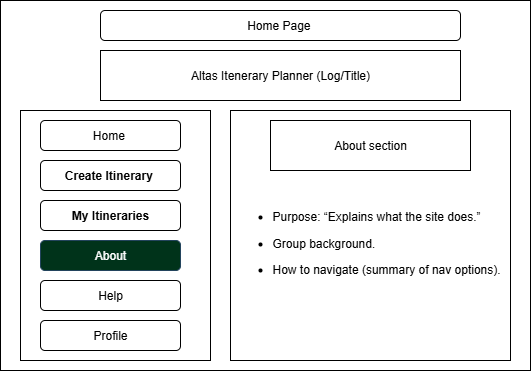
Before: Documents/Project Design/Draw.io Data/Home Page UI.png, a diagram exported from draw.io (DustinWZook/Atlas-Itinerary). Source tidied: cells renumbered, new cells last; positions are measured from the earlier drawing's top-left corner, leaving out a move shared by most shapes.
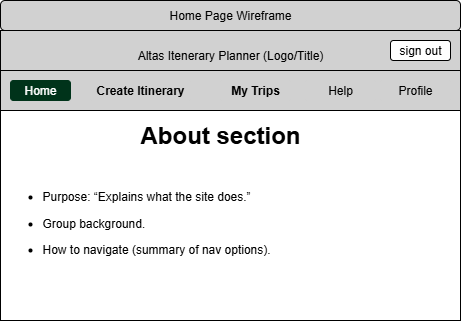
The same diagram one commit later.

The edit, as a diff of the source:
```diff
@@ -2,41 +2,38 @@
   <root>
     <mxCell id="0" />
     <mxCell id="1" parent="0" />
-    <mxCell id="2" style="rounded=0;whiteSpace=wrap;html=1;align=left;" parent="1" vertex="1">
-      <mxGeometry width="530" height="370" as="geometry" />
-    </mxCell>
-    <mxCell id="3" style="rounded=0;whiteSpace=wrap;html=1;" parent="1" vertex="1">
-      <mxGeometry x="20" y="110" width="190" height="250" as="geometry" />
-    </mxCell>
-    <mxCell id="4" value="&lt;b&gt;My Itineraries&lt;/b&gt;" style="rounded=1;whiteSpace=wrap;html=1;" parent="1" vertex="1">
-      <mxGeometry x="40" y="200" width="140" height="30" as="geometry" />
-    </mxCell>
-    <mxCell id="5" value="About" style="rounded=1;whiteSpace=wrap;html=1;fillColor=#00331A;strokeColor=#23445d;fontColor=#FFFFFF;" parent="1" vertex="1">
-      <mxGeometry x="40" y="240" width="140" height="30" as="geometry" />
-    </mxCell>
+    <mxCell id="8" value="&lt;span style=&quot;&quot;&gt;Home Page Wireframe&lt;/span&gt;" style="rounded=1;whiteSpace=wrap;html=1;labelBackgroundColor=none;fillColor=#D1D1D1;" parent="1" vertex="1">
+      <mxGeometry x="30" y="10" width="460" height="30" as="geometry" />
+    </mxCell>
+    <mxCell id="9" value="Altas Itenerary Planner (Logo/Title)" style="rounded=0;whiteSpace=wrap;html=1;fillColor=#D1D1D1;" parent="1" vertex="1">
+      <mxGeometry x="30" y="40" width="460" height="50" as="geometry" />
+    </mxCell>
+    <mxCell id="12" value="&lt;div&gt;&lt;div&gt;&lt;br&gt;&lt;/div&gt;&lt;ul&gt;&lt;li&gt;Purpose: “Explains what the site does.”&lt;/li&gt;&lt;/ul&gt;&lt;ul&gt;&lt;li&gt;&lt;span style=&quot;background-color: transparent; color: light-dark(rgb(0, 0, 0), rgb(255, 255, 255));&quot;&gt;Group background.&lt;/span&gt;&lt;/li&gt;&lt;/ul&gt;&lt;ul&gt;&lt;li&gt;How to navigate (summary of nav options).&lt;/li&gt;&lt;/ul&gt;&lt;/div&gt;" style="rounded=0;whiteSpace=wrap;html=1;align=left;" parent="1" vertex="1">
+      <mxGeometry x="30" y="120" width="460" height="210" as="geometry" />
+    </mxCell>
+    <mxCell id="13" value="&lt;b&gt;&lt;font style=&quot;font-size: 24px;&quot;&gt;About section&lt;/font&gt;&lt;/b&gt;" style="rounded=0;whiteSpace=wrap;html=1;strokeColor=#FFFFFF;" parent="1" vertex="1">
+      <mxGeometry x="150" y="120" width="200" height="50" as="geometry" />
+    </mxCell>
+    <mxCell id="14" style="rounded=0;whiteSpace=wrap;html=1;fillColor=#D1D1D1;" parent="1" vertex="1">
+      <mxGeometry x="30" y="80" width="460" height="40" as="geometry" />
+    </mxCell>
+    <mxCell id="10" value="Home" style="rounded=1;whiteSpace=wrap;html=1;strokeColor=#00331A;fillColor=#00331A;fontColor=#FFFFFF;" parent="1" vertex="1">
+      <mxGeometry x="40" y="90" width="60" height="20" as="geometry" />
+    </mxCell>
+    <mxCell id="11" value="Create Itinerary" style="rounded=1;whiteSpace=wrap;html=1;fontStyle=1;strokeColor=#D1D1D1;fillColor=#D1D1D1;" parent="1" vertex="1">
+      <mxGeometry x="120" y="90" width="100" height="20" as="geometry" />
+    </mxCell>
+    <mxCell id="15" value="My Trips" style="rounded=1;whiteSpace=wrap;html=1;fontStyle=1;strokeColor=#D1D1D1;fillColor=#D1D1D1;" parent="1" vertex="1">
+      <mxGeometry x="250" y="90" width="70" height="20" as="geometry" />
+    </mxCell>
-    <mxCell id="6" value="Help" style="rounded=1;whiteSpace=wrap;html=1;" parent="1" vertex="1">
-      <mxGeometry x="40" y="280" width="140" height="30" as="geometry" />
+    <mxCell id="6" value="Help" style="rounded=1;whiteSpace=wrap;html=1;strokeColor=#D1D1D1;fillColor=#D1D1D1;" parent="1" vertex="1">
+      <mxGeometry x="335" y="90" width="70" height="20" as="geometry" />
     </mxCell>
-    <mxCell id="7" value="Profile" style="rounded=1;whiteSpace=wrap;html=1;" parent="1" vertex="1">
-      <mxGeometry x="40" y="320" width="140" height="30" as="geometry" />
+    <mxCell id="7" value="Profile" style="rounded=1;whiteSpace=wrap;html=1;strokeColor=#D1D1D1;fillColor=#D1D1D1;" parent="1" vertex="1">
+      <mxGeometry x="410" y="90" width="70" height="20" as="geometry" />
     </mxCell>
-    <mxCell id="8" value="Home Page&amp;nbsp;" style="rounded=1;whiteSpace=wrap;html=1;labelBackgroundColor=default;" parent="1" vertex="1">
-      <mxGeometry x="100" y="10" width="360" height="30" as="geometry" />
-    </mxCell>
-    <mxCell id="9" value="Altas Itenerary Planner (Log/Title)" style="rounded=0;whiteSpace=wrap;html=1;" parent="1" vertex="1">
-      <mxGeometry x="100" y="50" width="360" height="50" as="geometry" />
-    </mxCell>
-    <mxCell id="10" value="Home&amp;nbsp;" style="rounded=1;whiteSpace=wrap;html=1;" parent="1" vertex="1">
-      <mxGeometry x="40" y="120" width="140" height="30" as="geometry" />
-    </mxCell>
-    <mxCell id="11" value="&lt;b&gt;Create Itinerary&amp;nbsp;&lt;/b&gt;" style="rounded=1;whiteSpace=wrap;html=1;" parent="1" vertex="1">
-      <mxGeometry x="40" y="160" width="140" height="30" as="geometry" />
-    </mxCell>
-    <mxCell id="12" value="&lt;div&gt;&lt;div&gt;&lt;br&gt;&lt;/div&gt;&lt;ul&gt;&lt;li&gt;Purpose: “Explains what the site does.”&lt;/li&gt;&lt;/ul&gt;&lt;ul&gt;&lt;li&gt;&lt;span style=&quot;background-color: transparent; color: light-dark(rgb(0, 0, 0), rgb(255, 255, 255));&quot;&gt;Group background.&lt;/span&gt;&lt;/li&gt;&lt;/ul&gt;&lt;ul&gt;&lt;li&gt;How to navigate (summary of nav options).&lt;/li&gt;&lt;/ul&gt;&lt;/div&gt;" style="rounded=0;whiteSpace=wrap;html=1;align=left;" parent="1" vertex="1">
-      <mxGeometry x="230" y="110" width="280" height="250" as="geometry" />
-    </mxCell>
-    <mxCell id="13" value="About section" style="rounded=0;whiteSpace=wrap;html=1;" parent="1" vertex="1">
-      <mxGeometry x="270" y="120" width="200" height="50" as="geometry" />
-    </mxCell>
+    <mxCell id="16" value="sign out" style="rounded=1;whiteSpace=wrap;html=1;" parent="1" vertex="1">
+      <mxGeometry x="420" y="50" width="60" height="20" as="geometry" />
+    </mxCell>
   </root>
 </mxGraphModel>
```
